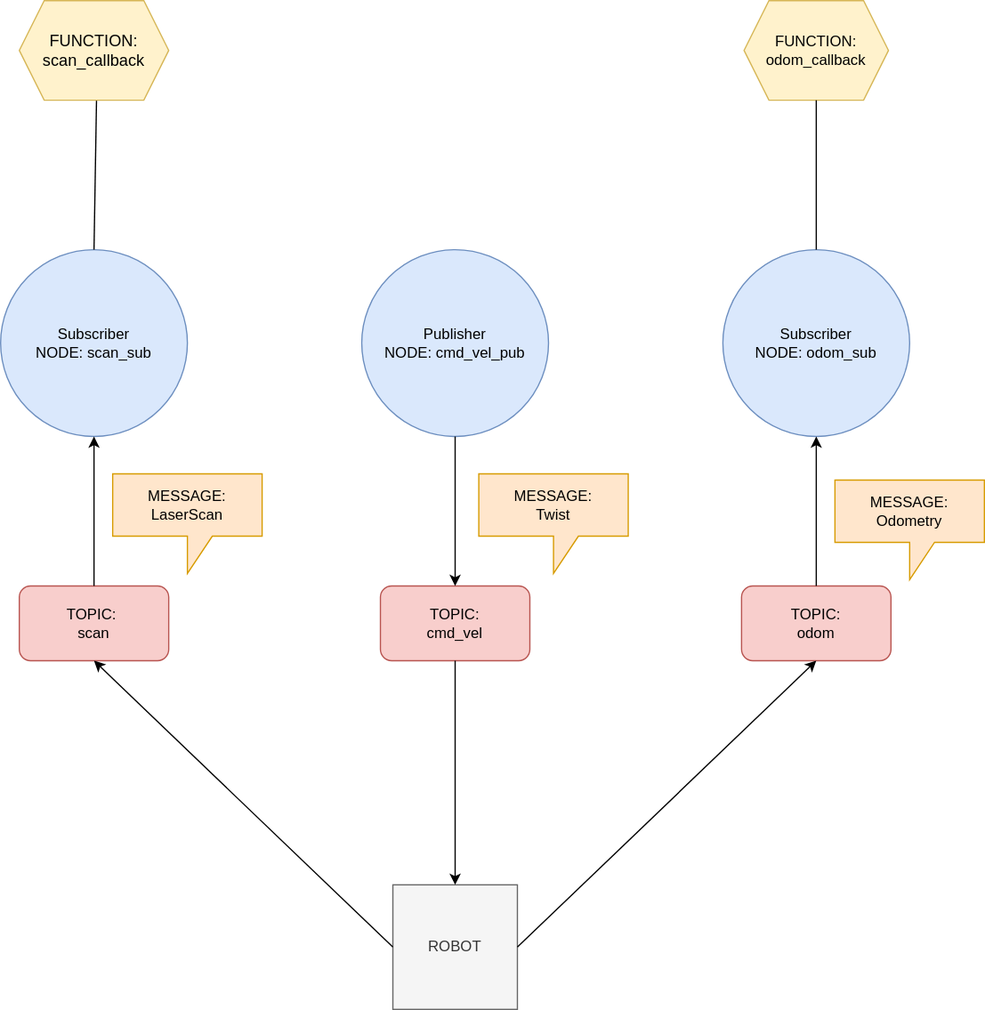
Before: _static/nodes_topics.svg, a diagram exported from draw.io (bergos/thd-plv2). Source tidied: cells renumbered, new cells last; positions are measured from the earlier drawing's top-left corner, leaving out a move shared by most shapes.
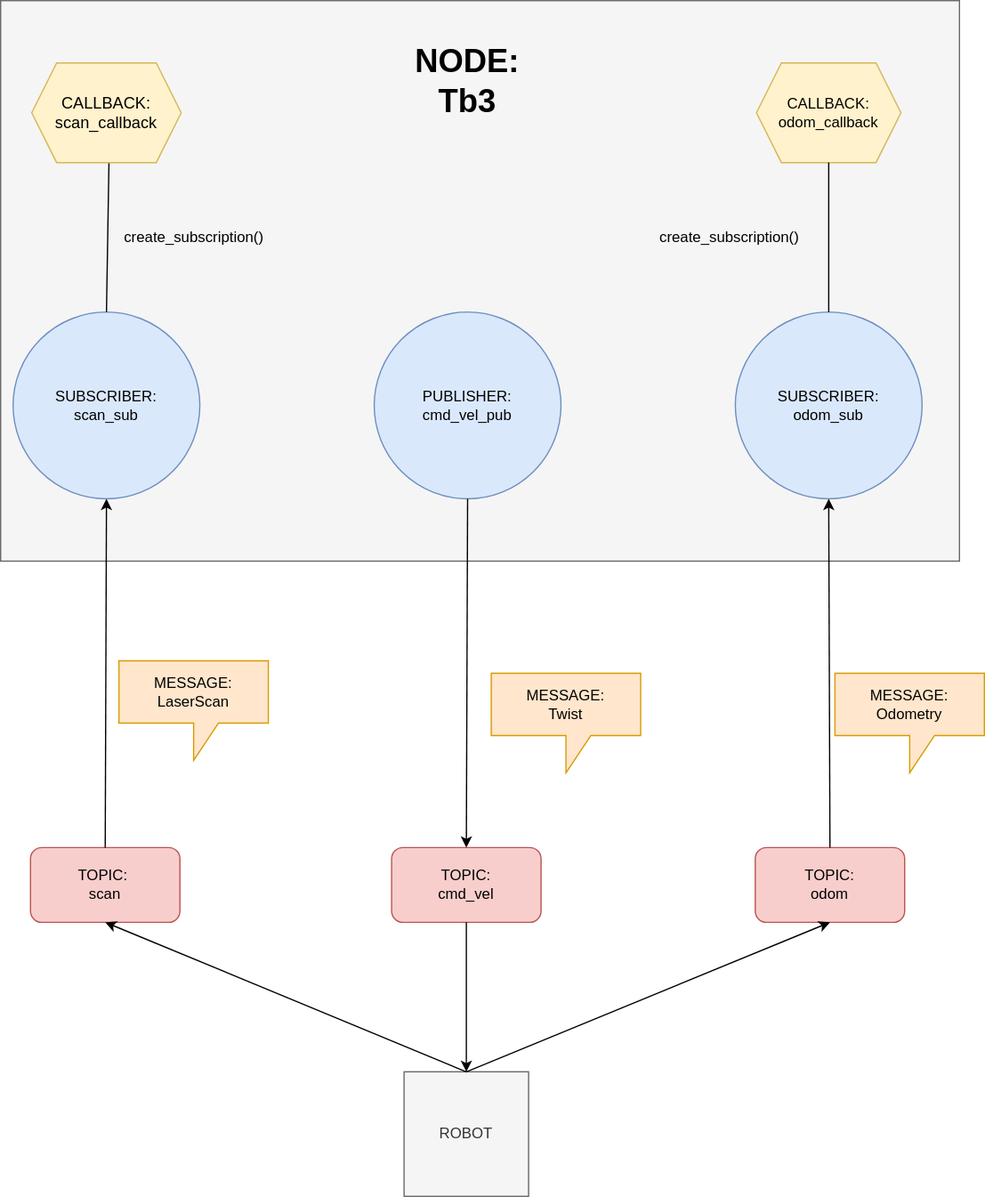
The same diagram one commit later.

What changed in the source:
```diff
@@ -2,53 +2,52 @@
   <root>
     <mxCell id="0" />
     <mxCell id="1" parent="0" />
+    <mxCell id="22" style="rounded=0;whiteSpace=wrap;html=1;fontSize=26;fillColor=#f5f5f5;fontColor=#333333;strokeColor=#666666;" parent="1" vertex="1">
+      <mxGeometry x="-10" y="-50" width="770" height="450" as="geometry" />
+    </mxCell>
-    <mxCell id="2" value="Publisher NODE:&amp;nbsp;cmd_vel_pub" style="ellipse;whiteSpace=wrap;html=1;fillColor=#dae8fc;strokeColor=#6c8ebf;" parent="1" vertex="1">
+    <mxCell id="2" value="PUBLISHER:&lt;br&gt;cmd_vel_pub" style="ellipse;whiteSpace=wrap;html=1;fillColor=#dae8fc;strokeColor=#6c8ebf;" parent="1" vertex="1">
       <mxGeometry x="290" y="200" width="150" height="150" as="geometry" />
     </mxCell>
-    <mxCell id="3" value="Subscriber&lt;br&gt;NODE:&amp;nbsp;scan_sub" style="ellipse;whiteSpace=wrap;html=1;fillColor=#dae8fc;strokeColor=#6c8ebf;" parent="1" vertex="1">
+    <mxCell id="3" value="SUBSCRIBER:&lt;br&gt;scan_sub" style="ellipse;whiteSpace=wrap;html=1;fillColor=#dae8fc;strokeColor=#6c8ebf;" parent="1" vertex="1">
       <mxGeometry y="200" width="150" height="150" as="geometry" />
     </mxCell>
-    <mxCell id="4" value="Subscriber&lt;br&gt;NODE:&amp;nbsp;odom_sub" style="ellipse;whiteSpace=wrap;html=1;fillColor=#dae8fc;strokeColor=#6c8ebf;" parent="1" vertex="1">
+    <mxCell id="4" value="SUBSCRIBER:&lt;br&gt;odom_sub" style="ellipse;whiteSpace=wrap;html=1;fillColor=#dae8fc;strokeColor=#6c8ebf;" parent="1" vertex="1">
       <mxGeometry x="580" y="200" width="150" height="150" as="geometry" />
     </mxCell>
     <mxCell id="5" value="MESSAGE: LaserScan" style="shape=callout;whiteSpace=wrap;html=1;perimeter=calloutPerimeter;fillColor=#ffe6cc;strokeColor=#d79b00;" parent="1" vertex="1">
-      <mxGeometry x="90" y="380" width="120" height="80" as="geometry" />
+      <mxGeometry x="85" y="480" width="120" height="80" as="geometry" />
     </mxCell>
     <mxCell id="6" value="MESSAGE:&lt;br&gt;Twist" style="shape=callout;whiteSpace=wrap;html=1;perimeter=calloutPerimeter;fillColor=#ffe6cc;strokeColor=#d79b00;" parent="1" vertex="1">
-      <mxGeometry x="384" y="380" width="120" height="80" as="geometry" />
+      <mxGeometry x="384" y="490" width="120" height="80" as="geometry" />
     </mxCell>
     <mxCell id="7" value="MESSAGE:&lt;br&gt;Odometry" style="shape=callout;whiteSpace=wrap;html=1;perimeter=calloutPerimeter;fillColor=#ffe6cc;strokeColor=#d79b00;" parent="1" vertex="1">
-      <mxGeometry x="670" y="385" width="120" height="80" as="geometry" />
+      <mxGeometry x="660" y="490" width="120" height="80" as="geometry" />
     </mxCell>
     <mxCell id="8" value="TOPIC:&lt;br&gt;cmd_vel" style="rounded=1;whiteSpace=wrap;html=1;fillColor=#f8cecc;strokeColor=#b85450;" parent="1" vertex="1">
-      <mxGeometry x="305" y="470" width="120" height="60" as="geometry" />
+      <mxGeometry x="304" y="630" width="120" height="60" as="geometry" />
     </mxCell>
     <mxCell id="9" value="TOPIC:&amp;nbsp;&lt;br&gt;scan" style="rounded=1;whiteSpace=wrap;html=1;fillColor=#f8cecc;strokeColor=#b85450;" parent="1" vertex="1">
-      <mxGeometry x="15" y="470" width="120" height="60" as="geometry" />
+      <mxGeometry x="14" y="630" width="120" height="60" as="geometry" />
     </mxCell>
     <mxCell id="10" value="TOPIC:&lt;br&gt;odom" style="rounded=1;whiteSpace=wrap;html=1;fillColor=#f8cecc;strokeColor=#b85450;" parent="1" vertex="1">
-      <mxGeometry x="595" y="470" width="120" height="60" as="geometry" />
+      <mxGeometry x="596" y="630" width="120" height="60" as="geometry" />
     </mxCell>
     <mxCell id="11" value="ROBOT" style="whiteSpace=wrap;html=1;fillColor=#f5f5f5;fontColor=#333333;strokeColor=#666666;" parent="1" vertex="1">
-      <mxGeometry x="315" y="710" width="100" height="100" as="geometry" />
+      <mxGeometry x="314" y="810" width="100" height="100" as="geometry" />
     </mxCell>
     <mxCell id="12" style="endArrow=classic;html=1;rounded=0;exitX=0.5;exitY=1;exitDx=0;exitDy=0;entryX=0.5;entryY=0;entryDx=0;entryDy=0;" parent="1" edge="1" source="2" target="8">
       <mxGeometry relative="1" as="geometry" />
     </mxCell>
-    <mxCell id="13" style="endArrow=classic;html=1;rounded=0;exitX=0.5;exitY=1;exitDx=0;exitDy=0;entryX=0.5;entryY=0;entryDx=0;entryDy=0;" parent="1" edge="1" source="8">
+    <mxCell id="13" style="endArrow=classic;html=1;rounded=0;exitX=0.5;exitY=1;exitDx=0;exitDy=0;" parent="1" edge="1" source="8">
       <mxGeometry relative="1" as="geometry">
-        <mxPoint x="365" y="710" as="targetPoint" />
+        <mxPoint x="364" y="810" as="targetPoint" />
       </mxGeometry>
     </mxCell>
-    <mxCell id="14" style="endArrow=classic;html=1;rounded=0;exitX=0;exitY=0.5;exitDx=0;exitDy=0;entryX=0.5;entryY=1;entryDx=0;entryDy=0;" parent="1" edge="1" target="9">
-      <mxGeometry relative="1" as="geometry">
-        <mxPoint x="315" y="760" as="sourcePoint" />
-      </mxGeometry>
+    <mxCell id="14" style="endArrow=classic;html=1;rounded=0;exitX=0.5;exitY=0;exitDx=0;exitDy=0;entryX=0.5;entryY=1;entryDx=0;entryDy=0;" parent="1" edge="1" source="11" target="9">
+      <mxGeometry relative="1" as="geometry" />
     </mxCell>
-    <mxCell id="15" style="endArrow=classic;html=1;rounded=0;exitX=1;exitY=0.5;exitDx=0;exitDy=0;entryX=0.5;entryY=1;entryDx=0;entryDy=0;" parent="1" edge="1" target="10">
-      <mxGeometry relative="1" as="geometry">
-        <mxPoint x="415" y="760" as="sourcePoint" />
-      </mxGeometry>
+    <mxCell id="15" style="endArrow=classic;html=1;rounded=0;exitX=0.5;exitY=0;exitDx=0;exitDy=0;entryX=0.5;entryY=1;entryDx=0;entryDy=0;" parent="1" edge="1" source="11" target="10">
+      <mxGeometry relative="1" as="geometry" />
     </mxCell>
     <mxCell id="16" style="endArrow=classic;html=1;rounded=0;exitX=0.5;exitY=0;exitDx=0;exitDy=0;entryX=0.5;entryY=1;entryDx=0;entryDy=0;" parent="1" edge="1" source="9" target="3">
       <mxGeometry relative="1" as="geometry" />
@@ -56,7 +55,7 @@
     <mxCell id="17" style="endArrow=classic;html=1;rounded=0;exitX=0.5;exitY=0;exitDx=0;exitDy=0;entryX=0.5;entryY=1;entryDx=0;entryDy=0;" parent="1" edge="1" source="10" target="4">
       <mxGeometry relative="1" as="geometry" />
     </mxCell>
-    <mxCell id="18" value="FUNCTION:&lt;br&gt;odom_callback" style="shape=hexagon;perimeter=hexagonPerimeter2;whiteSpace=wrap;html=1;fixedSize=1;fillColor=#fff2cc;strokeColor=#d6b656;" parent="1" vertex="1">
+    <mxCell id="18" value="CALLBACK:&lt;br&gt;odom_callback" style="shape=hexagon;perimeter=hexagonPerimeter2;whiteSpace=wrap;html=1;fixedSize=1;fillColor=#fff2cc;strokeColor=#d6b656;" parent="1" vertex="1">
       <mxGeometry x="597" width="116" height="80" as="geometry" />
     </mxCell>
     <mxCell id="19" style="endArrow=none;html=1;rounded=0;exitX=0.5;exitY=1;exitDx=0;exitDy=0;entryX=0.5;entryY=0;entryDx=0;entryDy=0;" parent="1" edge="1" source="18" target="4">
@@ -67,8 +66,17 @@
         <mxPoint x="77" y="80" as="sourcePoint" />
       </mxGeometry>
     </mxCell>
-    <mxCell id="21" value="FUNCTION:&lt;br&gt;scan_callback" style="shape=hexagon;perimeter=hexagonPerimeter2;whiteSpace=wrap;html=1;fixedSize=1;fontSize=13;fillColor=#fff2cc;strokeColor=#d6b656;" parent="1" vertex="1">
+    <mxCell id="21" value="CALLBACK:&lt;br&gt;scan_callback" style="shape=hexagon;perimeter=hexagonPerimeter2;whiteSpace=wrap;html=1;fixedSize=1;fontSize=13;fillColor=#fff2cc;strokeColor=#d6b656;" parent="1" vertex="1">
       <mxGeometry x="15" width="120" height="80" as="geometry" />
     </mxCell>
+    <mxCell id="23" value="create_subscription()" style="text;html=1;align=center;verticalAlign=middle;strokeColor=none;fillColor=none;" parent="1" vertex="1">
+      <mxGeometry x="80" y="130" width="130" height="20" as="geometry" />
+    </mxCell>
+    <mxCell id="24" value="create_subscription()" style="text;html=1;align=center;verticalAlign=middle;strokeColor=none;fillColor=none;" parent="1" vertex="1">
+      <mxGeometry x="510" y="130" width="130" height="20" as="geometry" />
+    </mxCell>
+    <mxCell id="25" value="NODE: Tb3" style="text;html=1;strokeColor=none;fillColor=none;align=center;verticalAlign=middle;whiteSpace=wrap;rounded=0;fontSize=26;fontStyle=1;" parent="1" vertex="1">
+      <mxGeometry x="335" width="60" height="30" as="geometry" />
+    </mxCell>
   </root>
 </mxGraphModel>
```
